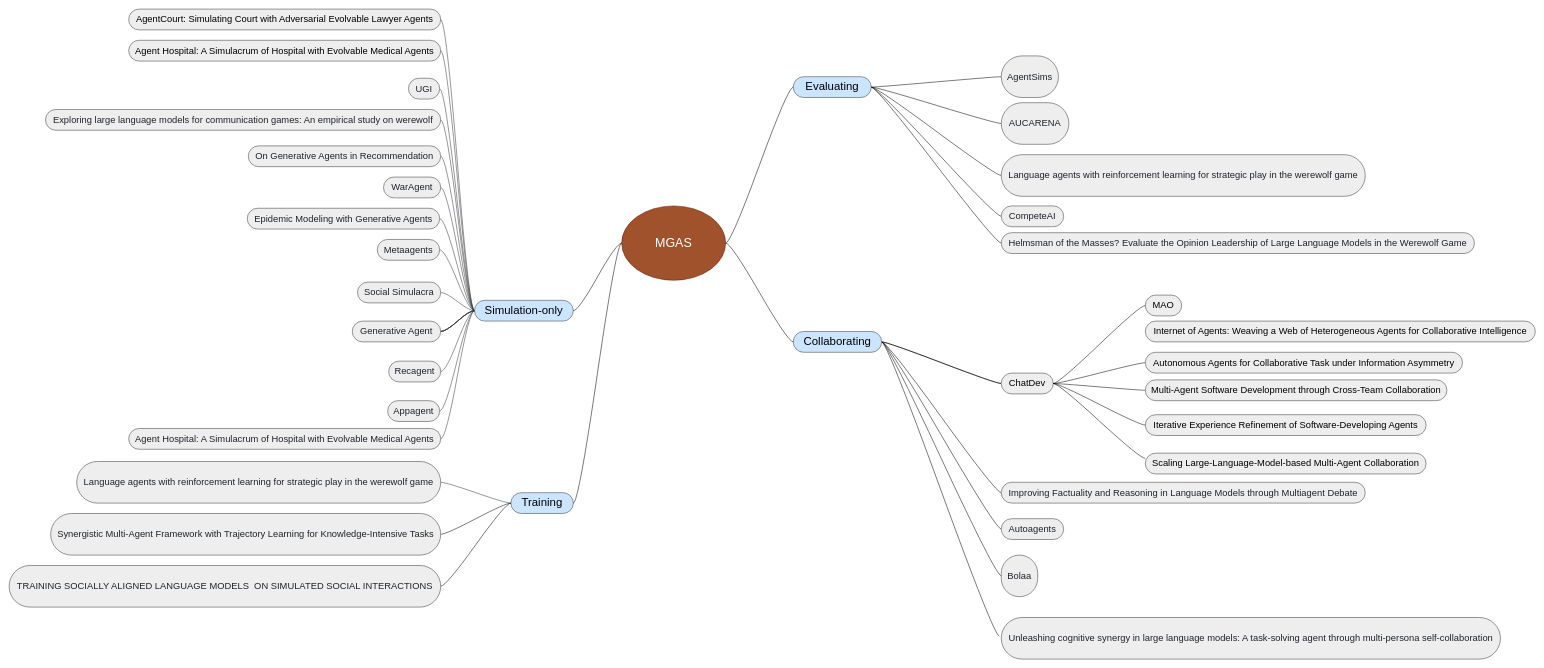
Earlier version of the draw.io diagram page "Application_framework" (4 of 5) of Sim_Survey.drawio (bianhua-12/Multi-generative_Agent_System_survey). Source tidied: cells renumbered, new cells numbered last; positions are measured from the earlier drawing's top-left corner, leaving out a move shared by most shapes. Both pictures are drawn from the tidied source at 52%, with x=0, y=0 at pixel (9, 9).
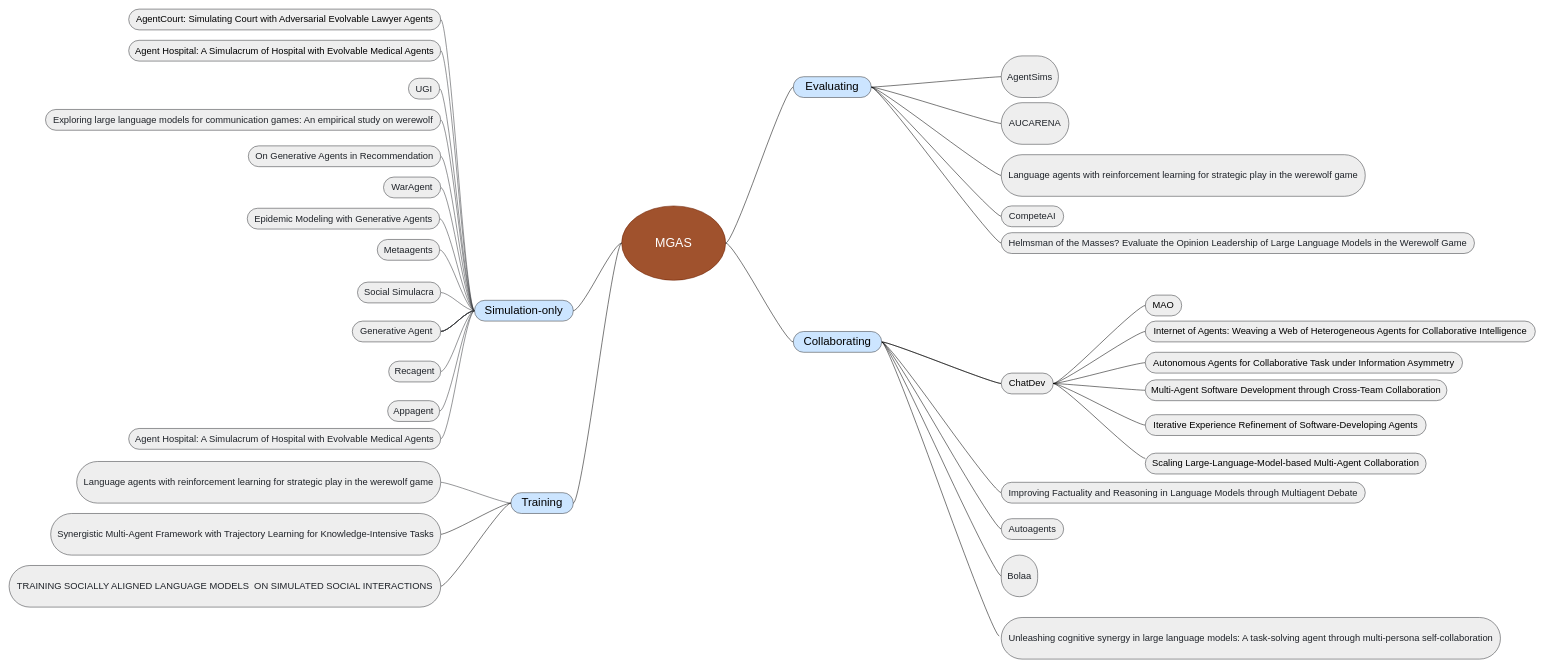
The same page after the edit.

The change refers to these unchanged cells:
```xml
<mxCell id="48" value="ChatDev" style="whiteSpace=wrap;html=1;fontSize=18;rounded=1;arcSize=50;strokeWidth=1;spacing=4;fillColor=#eeeeee;strokeColor=#36393d;" parent="1" vertex="1">
  <mxGeometry x="1908" y="700" width="100" height="40" as="geometry" />
</mxCell>
<mxCell id="63" value="&lt;div style=&quot;white-space-collapse: preserve;&quot;&gt;Internet of Agents: Weaving a Web of Heterogeneous Agents for Collaborative Intelligence&lt;/div&gt;" style="whiteSpace=wrap;html=1;fontSize=18;fillColor=#eeeeee;strokeColor=#36393d;rounded=1;arcSize=50;strokeWidth=1;spacing=4;" parent="1" vertex="1">
  <mxGeometry x="2185" y="600" width="750" height="40" as="geometry" />
</mxCell>
```

What changed in the source:
```diff
@@
+    <mxCell id="79" style="edgeStyle=entityRelationEdgeStyle;rounded=0;jettySize=auto;html=1;startArrow=none;endArrow=none;segment=10;curved=1;sourcePerimeterSpacing=0;targetPerimeterSpacing=0;exitX=1;exitY=0.5;exitDx=0;exitDy=0;entryX=0;entryY=0.5;entryDx=0;entryDy=0;" parent="1" edge="1" source="48" target="63">
+      <mxGeometry relative="1" as="geometry" />
+    </mxCell>
```
